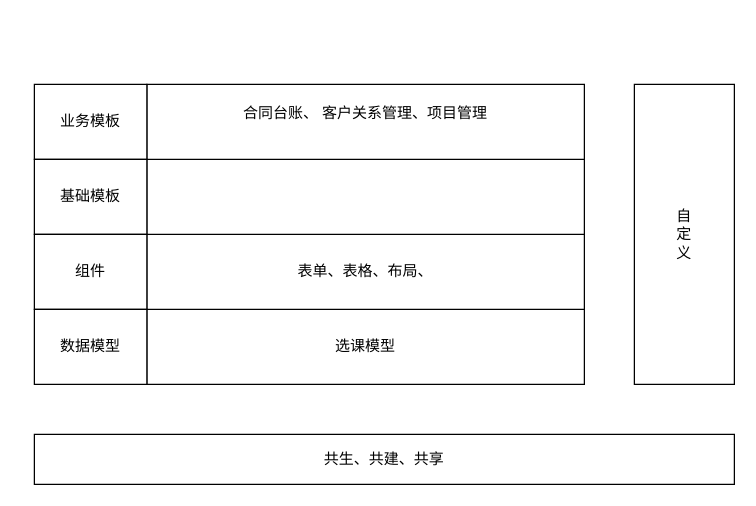
The draw.io diagram 低——研究内容——生态市场.drawio in tangyaosimida/love, before the edit. Source tidied: cells renumbered, new cells numbered last; positions are measured from the earlier drawing's top-left corner, leaving out a move shared by most shapes. Both pictures are drawn from the tidied source at 125%, with x=0, y=0 at pixel (34, 84).
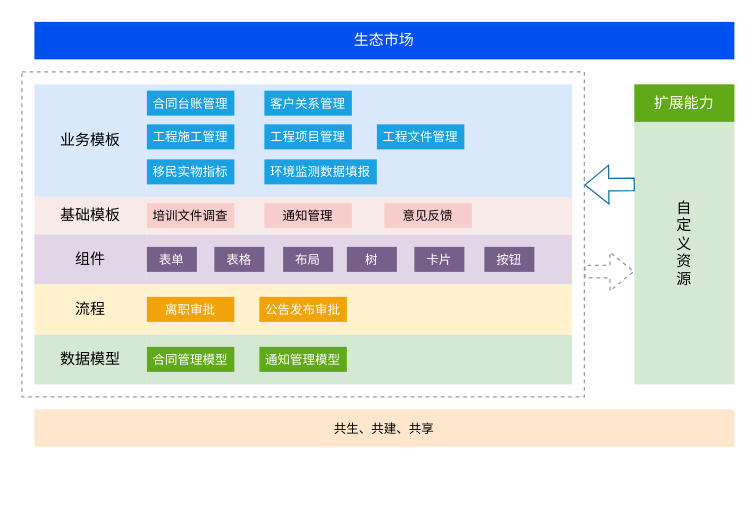
The same page after the edit.

Commit message (it also covers changes not shown here):
更新低——研究内容——生态市场.drawio

What changed in the source:
```diff
@@
+    <mxCell id="12" style="rounded=0;whiteSpace=wrap;html=1;dashed=1;strokeColor=#999999;" parent="1" vertex="1">
+      <mxGeometry x="-10" y="-10" width="450" height="260" as="geometry" />
+    </mxCell>
-    <mxCell id="2" value="选课模型" style="rounded=0;whiteSpace=wrap;html=1;" parent="1" vertex="1">
-      <mxGeometry x="90" y="180" width="350" height="60" as="geometry" />
+    <mxCell id="2" style="rounded=0;whiteSpace=wrap;html=1;fillColor=#d5e8d4;strokeColor=none;" parent="1" vertex="1">
+      <mxGeometry x="90" y="200" width="340" height="40" as="geometry" />
     </mxCell>
-    <mxCell id="3" value="表单、表格、布局、" style="rounded=0;whiteSpace=wrap;html=1;" parent="1" vertex="1">
-      <mxGeometry x="90" y="120" width="350" height="60" as="geometry" />
+    <mxCell id="3" style="rounded=0;whiteSpace=wrap;html=1;fillColor=#e1d5e7;strokeColor=none;" parent="1" vertex="1">
+      <mxGeometry x="90" y="120" width="340" height="40" as="geometry" />
     </mxCell>
-    <mxCell id="4" style="rounded=0;whiteSpace=wrap;html=1;" parent="1" vertex="1">
-      <mxGeometry x="90" y="60" width="350" height="60" as="geometry" />
+    <mxCell id="4" style="rounded=0;whiteSpace=wrap;html=1;fillColor=#F8EAE9;strokeColor=none;fontColor=#000000;" parent="1" vertex="1">
+      <mxGeometry x="90" y="90" width="340" height="30" as="geometry" />
     </mxCell>
-    <mxCell id="5" value="合同台账、 客户关系管理、项目管理&lt;div&gt;&lt;span style=&quot;background-color: initial;&quot;&gt;&amp;nbsp;&amp;nbsp;&lt;/span&gt;&lt;/div&gt;" style="rounded=0;whiteSpace=wrap;html=1;" parent="1" vertex="1">
-      <mxGeometry x="90" width="350" height="60" as="geometry" />
+    <mxCell id="5" style="rounded=0;whiteSpace=wrap;html=1;fillColor=#dae8fc;strokeColor=none;" parent="1" vertex="1">
+      <mxGeometry x="90" width="340" height="90" as="geometry" />
     </mxCell>
-    <mxCell id="6" value="自&lt;div&gt;定&lt;/div&gt;&lt;div&gt;义&lt;/div&gt;" style="rounded=0;whiteSpace=wrap;html=1;" parent="1" vertex="1">
+    <mxCell id="6" value="&lt;div&gt;&lt;br&gt;&lt;/div&gt;&lt;div&gt;自&lt;div&gt;定&lt;/div&gt;&lt;div&gt;义&lt;/div&gt;&lt;/div&gt;&lt;div&gt;资&lt;/div&gt;&lt;div&gt;源&lt;/div&gt;" style="rounded=0;whiteSpace=wrap;html=1;fillColor=#d5e8d4;strokeColor=none;" parent="1" vertex="1">
       <mxGeometry x="480" width="80" height="240" as="geometry" />
     </mxCell>
-    <mxCell id="7" value="共生、共建、共享" style="rounded=0;whiteSpace=wrap;html=1;" parent="1" vertex="1">
-      <mxGeometry y="280" width="560" height="40" as="geometry" />
+    <mxCell id="7" value="&lt;font style=&quot;font-size: 10px;&quot;&gt;共生、共建、共享&lt;/font&gt;" style="rounded=0;whiteSpace=wrap;html=1;fillColor=#ffe6cc;strokeColor=none;" parent="1" vertex="1">
+      <mxGeometry y="260" width="560" height="30" as="geometry" />
     </mxCell>
-    <mxCell id="8" value="业务模板" style="rounded=0;whiteSpace=wrap;html=1;" parent="1" vertex="1">
-      <mxGeometry width="90" height="60" as="geometry" />
+    <mxCell id="8" value="业务模板" style="rounded=0;whiteSpace=wrap;html=1;fillColor=#dae8fc;strokeColor=none;" parent="1" vertex="1">
+      <mxGeometry width="90" height="90" as="geometry" />
     </mxCell>
-    <mxCell id="9" value="基础模板" style="rounded=0;whiteSpace=wrap;html=1;" parent="1" vertex="1">
-      <mxGeometry y="60" width="90" height="60" as="geometry" />
+    <mxCell id="9" value="基础模板" style="rounded=0;whiteSpace=wrap;html=1;fillColor=#F8EAE9;strokeColor=none;" parent="1" vertex="1">
+      <mxGeometry y="90" width="90" height="30" as="geometry" />
     </mxCell>
-    <mxCell id="10" value="组件" style="rounded=0;whiteSpace=wrap;html=1;" parent="1" vertex="1">
-      <mxGeometry y="120" width="90" height="60" as="geometry" />
+    <mxCell id="10" value="组件" style="rounded=0;whiteSpace=wrap;html=1;fillColor=#e1d5e7;strokeColor=none;" parent="1" vertex="1">
+      <mxGeometry y="120" width="90" height="40" as="geometry" />
     </mxCell>
-    <mxCell id="11" value="数据模型" style="rounded=0;whiteSpace=wrap;html=1;" parent="1" vertex="1">
-      <mxGeometry y="180" width="90" height="60" as="geometry" />
+    <mxCell id="11" value="数据模型" style="rounded=0;whiteSpace=wrap;html=1;fillColor=#d5e8d4;strokeColor=none;" parent="1" vertex="1">
+      <mxGeometry y="200" width="90" height="40" as="geometry" />
     </mxCell>
+    <mxCell id="13" value="生态市场" style="rounded=0;whiteSpace=wrap;html=1;fillColor=#0050ef;fontColor=#ffffff;strokeColor=none;" parent="1" vertex="1">
+      <mxGeometry y="-50" width="560" height="30" as="geometry" />
+    </mxCell>
+    <mxCell id="14" value="扩展能力" style="rounded=0;whiteSpace=wrap;html=1;fillColor=#60a917;strokeColor=none;fontColor=#ffffff;" parent="1" vertex="1">
+      <mxGeometry x="480" width="80" height="30" as="geometry" />
+    </mxCell>
+    <mxCell id="15" style="shape=flexArrow;endArrow=classic;html=1;rounded=0;entryX=0;entryY=0.75;entryDx=0;entryDy=0;dashed=1;strokeColor=#999999;" parent="1" edge="1">
+      <mxGeometry relative="1" as="geometry">
+        <mxPoint x="440" y="149.7" as="sourcePoint" />
+        <mxPoint x="480" y="149.7" as="targetPoint" />
+      </mxGeometry>
+    </mxCell>
+    <mxCell id="16" style="shape=flexArrow;endArrow=classic;html=1;rounded=0;entryX=1;entryY=0.667;entryDx=0;entryDy=0;entryPerimeter=0;exitX=0.005;exitY=0.415;exitDx=0;exitDy=0;exitPerimeter=0;fillColor=none;strokeColor=#10739e;" parent="1" edge="1">
+      <mxGeometry relative="1" as="geometry">
+        <mxPoint x="480.4" y="80" as="sourcePoint" />
+        <mxPoint x="440" y="80.4" as="targetPoint" />
+      </mxGeometry>
+    </mxCell>
+    <mxCell id="17" value="流程" style="rounded=0;whiteSpace=wrap;html=1;fillColor=#fff2cc;strokeColor=none;" parent="1" vertex="1">
+      <mxGeometry y="160" width="90" height="40" as="geometry" />
+    </mxCell>
+    <mxCell id="18" style="rounded=0;whiteSpace=wrap;html=1;fillColor=#fff2cc;strokeColor=none;" parent="1" vertex="1">
+      <mxGeometry x="90" y="160" width="340" height="40" as="geometry" />
+    </mxCell>
+    <mxCell id="19" value="&lt;span style=&quot;font-size: 10px;&quot;&gt;客户关系管理&lt;/span&gt;" style="rounded=0;whiteSpace=wrap;html=1;fillColor=#1ba1e2;fontColor=#ffffff;strokeColor=none;" parent="1" vertex="1">
+      <mxGeometry x="184" y="5" width="70" height="20" as="geometry" />
+    </mxCell>
+    <mxCell id="20" value="&lt;span style=&quot;font-size: 10px;&quot;&gt;合同台账管理&lt;/span&gt;" style="rounded=0;whiteSpace=wrap;html=1;fillColor=#1ba1e2;fontColor=#ffffff;strokeColor=none;" parent="1" vertex="1">
+      <mxGeometry x="90" y="5" width="70" height="20" as="geometry" />
+    </mxCell>
+    <mxCell id="21" value="&lt;span style=&quot;font-size: 10px;&quot;&gt;工程项目管理&lt;/span&gt;" style="rounded=0;whiteSpace=wrap;html=1;fillColor=#1ba1e2;fontColor=#ffffff;strokeColor=none;" parent="1" vertex="1">
+      <mxGeometry x="184" y="32" width="70" height="20" as="geometry" />
+    </mxCell>
+    <mxCell id="22" value="&lt;span style=&quot;font-size: 10px;&quot;&gt;工程施工管理&lt;/span&gt;" style="rounded=0;whiteSpace=wrap;html=1;fillColor=#1ba1e2;fontColor=#ffffff;strokeColor=none;" parent="1" vertex="1">
+      <mxGeometry x="90" y="32" width="70" height="20" as="geometry" />
+    </mxCell>
+    <mxCell id="23" value="&lt;span style=&quot;font-size: 10px;&quot;&gt;工程文件管理&lt;/span&gt;" style="rounded=0;whiteSpace=wrap;html=1;fillColor=#1ba1e2;fontColor=#ffffff;strokeColor=none;" parent="1" vertex="1">
+      <mxGeometry x="274" y="32" width="70" height="20" as="geometry" />
+    </mxCell>
+    <mxCell id="24" value="&lt;span style=&quot;font-size: 10px;&quot;&gt;移民实物指标&lt;/span&gt;" style="rounded=0;whiteSpace=wrap;html=1;fillColor=#1ba1e2;fontColor=#ffffff;strokeColor=none;" parent="1" vertex="1">
+      <mxGeometry x="90" y="60" width="70" height="20" as="geometry" />
+    </mxCell>
+    <mxCell id="25" value="&lt;span style=&quot;font-size: 10px;&quot;&gt;环境监测数据填报&lt;/span&gt;" style="rounded=0;whiteSpace=wrap;html=1;fillColor=#1ba1e2;fontColor=#ffffff;strokeColor=none;" parent="1" vertex="1">
+      <mxGeometry x="184" y="60" width="90" height="20" as="geometry" />
+    </mxCell>
+    <mxCell id="26" value="&lt;span style=&quot;font-size: 10px;&quot;&gt;合同管理模型&lt;/span&gt;" style="rounded=0;whiteSpace=wrap;html=1;fillColor=#60a917;fontColor=#ffffff;strokeColor=none;" parent="1" vertex="1">
+      <mxGeometry x="90" y="210" width="70" height="20" as="geometry" />
+    </mxCell>
+    <mxCell id="27" value="&lt;span style=&quot;font-size: 10px;&quot;&gt;通知管理模型&lt;/span&gt;" style="rounded=0;whiteSpace=wrap;html=1;fillColor=#60a917;fontColor=#ffffff;strokeColor=none;" parent="1" vertex="1">
+      <mxGeometry x="180" y="210" width="70" height="20" as="geometry" />
+    </mxCell>
+    <mxCell id="28" value="&lt;span style=&quot;font-size: 10px;&quot;&gt;&lt;font color=&quot;#ffffff&quot;&gt;离职审批&lt;/font&gt;&lt;/span&gt;" style="rounded=0;whiteSpace=wrap;html=1;fillColor=#f0a30a;fontColor=#000000;strokeColor=none;" parent="1" vertex="1">
+      <mxGeometry x="90" y="170" width="70" height="20" as="geometry" />
+    </mxCell>
+    <mxCell id="29" value="&lt;span style=&quot;font-size: 10px;&quot;&gt;&lt;font color=&quot;#ffffff&quot;&gt;公告发布审批&lt;/font&gt;&lt;/span&gt;" style="rounded=0;whiteSpace=wrap;html=1;fillColor=#f0a30a;fontColor=#000000;strokeColor=none;" parent="1" vertex="1">
+      <mxGeometry x="180" y="170" width="70" height="20" as="geometry" />
+    </mxCell>
+    <mxCell id="30" value="&lt;span style=&quot;font-size: 10px;&quot;&gt;培训文件调查&lt;/span&gt;" style="rounded=0;whiteSpace=wrap;html=1;fillColor=#f8cecc;strokeColor=none;" parent="1" vertex="1">
+      <mxGeometry x="90" y="95" width="70" height="20" as="geometry" />
+    </mxCell>
+    <mxCell id="31" value="&lt;span style=&quot;font-size: 10px;&quot;&gt;意见反馈&lt;/span&gt;" style="rounded=0;whiteSpace=wrap;html=1;fillColor=#f8cecc;strokeColor=none;" parent="1" vertex="1">
+      <mxGeometry x="280" y="95" width="70" height="20" as="geometry" />
+    </mxCell>
+    <mxCell id="32" value="&lt;span style=&quot;font-size: 10px;&quot;&gt;通知管理&lt;/span&gt;" style="rounded=0;whiteSpace=wrap;html=1;fillColor=#f8cecc;strokeColor=none;" parent="1" vertex="1">
+      <mxGeometry x="184" y="95" width="70" height="20" as="geometry" />
+    </mxCell>
+    <mxCell id="33" value="&lt;span style=&quot;font-size: 10px;&quot;&gt;表单&lt;/span&gt;" style="rounded=0;whiteSpace=wrap;html=1;fillColor=#76608a;strokeColor=none;fontColor=#ffffff;" parent="1" vertex="1">
+      <mxGeometry x="90" y="130" width="40" height="20" as="geometry" />
+    </mxCell>
+    <mxCell id="34" value="&lt;span style=&quot;font-size: 10px;&quot;&gt;表格&lt;/span&gt;" style="rounded=0;whiteSpace=wrap;html=1;fillColor=#76608a;strokeColor=none;fontColor=#ffffff;" parent="1" vertex="1">
+      <mxGeometry x="144" y="130" width="40" height="20" as="geometry" />
+    </mxCell>
+    <mxCell id="35" value="&lt;span style=&quot;font-size: 10px;&quot;&gt;布局&lt;/span&gt;" style="rounded=0;whiteSpace=wrap;html=1;fillColor=#76608a;strokeColor=none;fontColor=#ffffff;" parent="1" vertex="1">
+      <mxGeometry x="199" y="130" width="40" height="20" as="geometry" />
+    </mxCell>
+    <mxCell id="36" value="&lt;span style=&quot;font-size: 10px;&quot;&gt;树&lt;/span&gt;" style="rounded=0;whiteSpace=wrap;html=1;fillColor=#76608a;strokeColor=none;fontColor=#ffffff;" parent="1" vertex="1">
+      <mxGeometry x="250" y="130" width="40" height="20" as="geometry" />
+    </mxCell>
+    <mxCell id="37" value="&lt;span style=&quot;font-size: 10px;&quot;&gt;卡片&lt;/span&gt;" style="rounded=0;whiteSpace=wrap;html=1;fillColor=#76608a;strokeColor=none;fontColor=#ffffff;" parent="1" vertex="1">
+      <mxGeometry x="304" y="130" width="40" height="20" as="geometry" />
+    </mxCell>
+    <mxCell id="38" value="&lt;span style=&quot;font-size: 10px;&quot;&gt;按钮&lt;/span&gt;" style="rounded=0;whiteSpace=wrap;html=1;fillColor=#76608a;strokeColor=none;fontColor=#ffffff;" parent="1" vertex="1">
+      <mxGeometry x="360" y="130" width="40" height="20" as="geometry" />
+    </mxCell>
```
